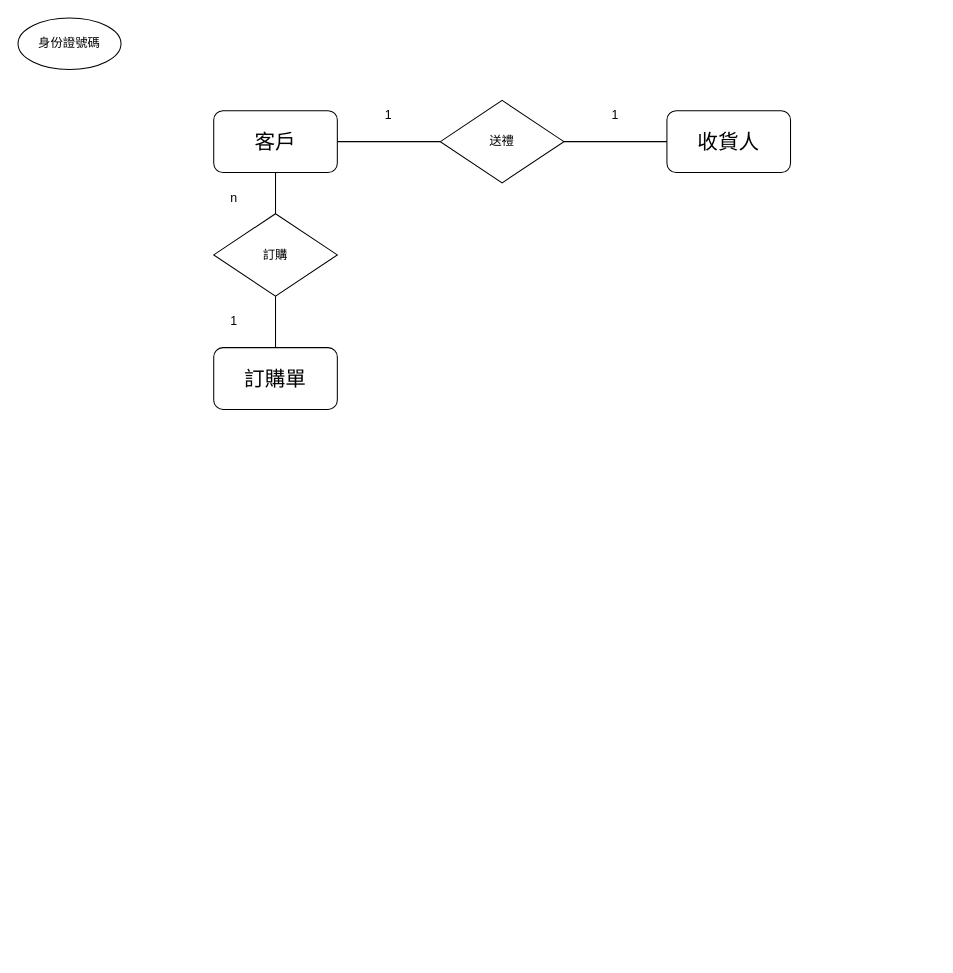
Earlier version of the draw.io diagram 原豆.drawio (Yohanewww/-). Source tidied: cells renumbered, new cells numbered last; positions are measured from the earlier drawing's top-left corner, leaving out a move shared by most shapes. Both pictures are drawn from the tidied source at 103%, with x=0, y=0 at pixel (18, 18).
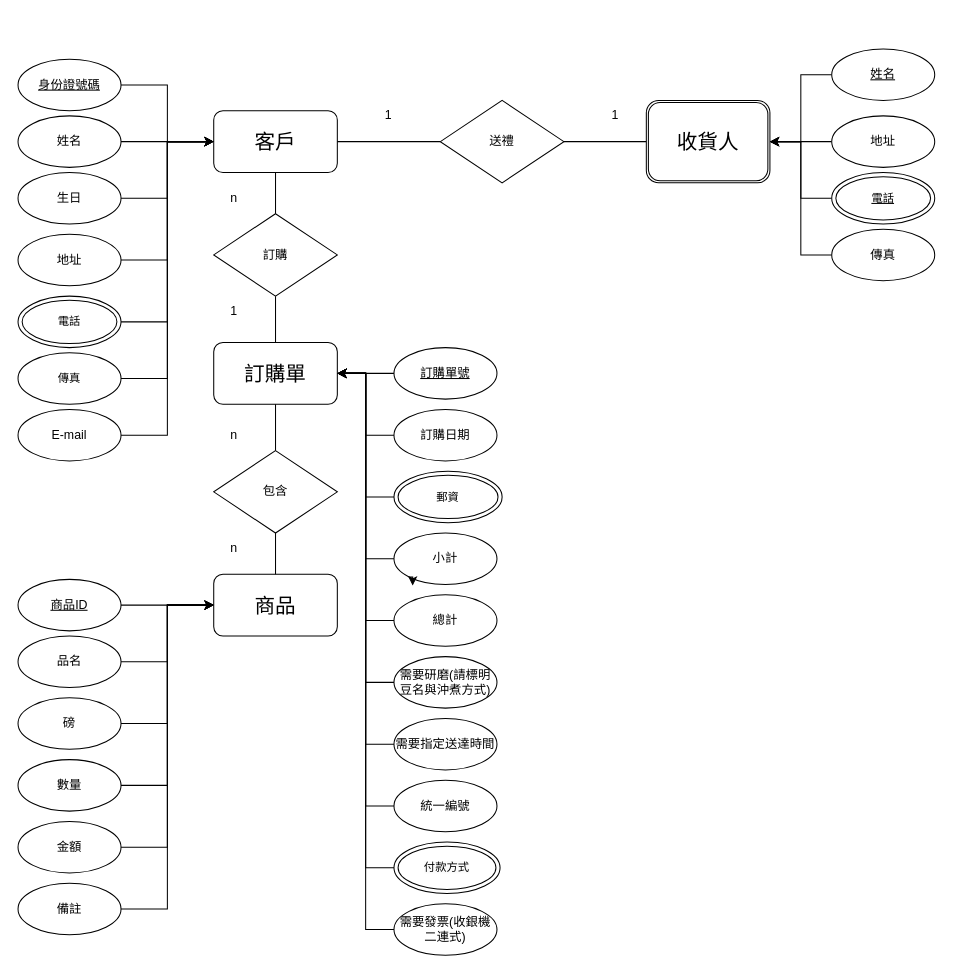
The same diagram, later.

Unchanged cells that the change refers to:
```xml
<mxCell id="2" value="&lt;font style=&quot;font-size: 20px;&quot;&gt;客戶&lt;/font&gt;" style="rounded=1;whiteSpace=wrap;html=1;" parent="1" vertex="1">
  <mxGeometry x="190" y="90" width="120" height="60" as="geometry" />
</mxCell>
<mxCell id="5" value="送禮" style="rhombus;whiteSpace=wrap;html=1;" parent="1" vertex="1">
  <mxGeometry x="410" y="80" width="120" height="80" as="geometry" />
</mxCell>
```

The edit, as a diff of the source:
```diff
@@
-    <mxCell id="3" value="&lt;font style=&quot;font-size: 20px;&quot;&gt;收貨人&lt;/font&gt;" style="rounded=1;whiteSpace=wrap;html=1;" parent="1" vertex="1">
-      <mxGeometry x="630" y="90" width="120" height="60" as="geometry" />
-    </mxCell>
+    <mxCell id="16" style="edgeStyle=orthogonalEdgeStyle;rounded=0;jettySize=auto;html=1;entryX=0;entryY=0.5;entryDx=0;entryDy=0;" parent="1" edge="1" source="4" target="2">
+      <mxGeometry relative="1" as="geometry" />
+    </mxCell>
-    <mxCell id="4" value="身份證號碼" style="ellipse;whiteSpace=wrap;html=1;" parent="1" vertex="1">
-      <mxGeometry width="100" height="50" as="geometry" />
+    <mxCell id="4" value="&lt;u&gt;身份證號碼&lt;/u&gt;" style="ellipse;whiteSpace=wrap;html=1;" parent="1" vertex="1">
+      <mxGeometry y="40" width="100" height="50" as="geometry" />
     </mxCell>
@@
-    <mxCell id="7" style="endArrow=none;html=1;rounded=0;exitX=1;exitY=0.5;exitDx=0;exitDy=0;entryX=0;entryY=0.5;entryDx=0;entryDy=0;" parent="1" edge="1" source="5" target="3">
-      <mxGeometry relative="1" as="geometry" />
+    <mxCell id="7" style="endArrow=none;html=1;rounded=0;exitX=1;exitY=0.5;exitDx=0;exitDy=0;entryX=0;entryY=0.5;entryDx=0;entryDy=0;" parent="1" edge="1" source="5">
+      <mxGeometry relative="1" as="geometry">
+        <mxPoint x="610" y="120" as="targetPoint" />
+      </mxGeometry>
     </mxCell>
@@
     <mxCell id="10" value="&lt;font style=&quot;font-size: 20px;&quot;&gt;訂購單&lt;/font&gt;" style="rounded=1;whiteSpace=wrap;html=1;" parent="1" vertex="1">
-      <mxGeometry x="190" y="320" width="120" height="60" as="geometry" />
+      <mxGeometry x="190" y="315" width="120" height="60" as="geometry" />
     </mxCell>
@@
+    <mxCell id="17" style="edgeStyle=orthogonalEdgeStyle;rounded=0;jettySize=auto;html=1;entryX=0;entryY=0.5;entryDx=0;entryDy=0;" parent="1" edge="1" source="18" target="2">
+      <mxGeometry relative="1" as="geometry" />
+    </mxCell>
+    <mxCell id="18" value="姓名" style="ellipse;whiteSpace=wrap;html=1;" parent="1" vertex="1">
+      <mxGeometry y="95" width="100" height="50" as="geometry" />
+    </mxCell>
+    <mxCell id="19" style="edgeStyle=orthogonalEdgeStyle;rounded=0;jettySize=auto;html=1;entryX=0;entryY=0.5;entryDx=0;entryDy=0;" parent="1" edge="1" source="20" target="2">
+      <mxGeometry relative="1" as="geometry" />
+    </mxCell>
+    <mxCell id="20" value="生日" style="ellipse;whiteSpace=wrap;html=1;" parent="1" vertex="1">
+      <mxGeometry y="150" width="100" height="50" as="geometry" />
+    </mxCell>
+    <mxCell id="21" style="edgeStyle=orthogonalEdgeStyle;rounded=0;jettySize=auto;html=1;entryX=0;entryY=0.5;entryDx=0;entryDy=0;" parent="1" edge="1" source="22" target="2">
+      <mxGeometry relative="1" as="geometry" />
+    </mxCell>
+    <mxCell id="22" value="地址" style="ellipse;whiteSpace=wrap;html=1;" parent="1" vertex="1">
+      <mxGeometry y="210" width="100" height="50" as="geometry" />
+    </mxCell>
+    <mxCell id="23" style="edgeStyle=orthogonalEdgeStyle;rounded=0;jettySize=auto;html=1;entryX=0;entryY=0.5;entryDx=0;entryDy=0;exitX=1;exitY=0.5;exitDx=0;exitDy=0;" parent="1" edge="1" source="24" target="2">
+      <mxGeometry relative="1" as="geometry">
+        <Array as="points">
+          <mxPoint x="145" y="350" />
+          <mxPoint x="145" y="120" />
+        </Array>
+      </mxGeometry>
+    </mxCell>
+    <mxCell id="24" value="&lt;span style=&quot;font-size: 11px;&quot;&gt;傳真&lt;/span&gt;" style="ellipse;whiteSpace=wrap;html=1;" parent="1" vertex="1">
+      <mxGeometry y="325" width="100" height="50" as="geometry" />
+    </mxCell>
+    <mxCell id="25" style="edgeStyle=orthogonalEdgeStyle;rounded=0;jettySize=auto;html=1;entryX=0;entryY=0.5;entryDx=0;entryDy=0;" parent="1" edge="1" source="26" target="2">
+      <mxGeometry relative="1" as="geometry" />
+    </mxCell>
+    <mxCell id="26" value="E-mail" style="ellipse;whiteSpace=wrap;html=1;" parent="1" vertex="1">
+      <mxGeometry y="380" width="100" height="50" as="geometry" />
+    </mxCell>
+    <mxCell id="27" style="edgeStyle=orthogonalEdgeStyle;rounded=0;jettySize=auto;html=1;entryX=1;entryY=0.5;entryDx=0;entryDy=0;" parent="1" edge="1" source="28" target="3">
+      <mxGeometry relative="1" as="geometry" />
+    </mxCell>
+    <mxCell id="28" value="&lt;u&gt;姓名&lt;/u&gt;" style="ellipse;whiteSpace=wrap;html=1;" parent="1" vertex="1">
+      <mxGeometry x="790" y="30" width="100" height="50" as="geometry" />
+    </mxCell>
+    <mxCell id="29" style="edgeStyle=orthogonalEdgeStyle;rounded=0;jettySize=auto;html=1;entryX=1;entryY=0.5;entryDx=0;entryDy=0;" parent="1" edge="1" source="30">
+      <mxGeometry relative="1" as="geometry">
+        <mxPoint x="730" y="120" as="targetPoint" />
+      </mxGeometry>
+    </mxCell>
+    <mxCell id="30" value="地址" style="ellipse;whiteSpace=wrap;html=1;" parent="1" vertex="1">
+      <mxGeometry x="790" y="95" width="100" height="50" as="geometry" />
+    </mxCell>
+    <mxCell id="31" style="edgeStyle=orthogonalEdgeStyle;rounded=0;jettySize=auto;html=1;entryX=1;entryY=0.5;entryDx=0;entryDy=0;" parent="1" edge="1" source="32" target="3">
+      <mxGeometry relative="1" as="geometry" />
+    </mxCell>
+    <mxCell id="32" value="傳真" style="ellipse;whiteSpace=wrap;html=1;" parent="1" vertex="1">
+      <mxGeometry x="790" y="205" width="100" height="50" as="geometry" />
+    </mxCell>
+    <mxCell id="33" style="edgeStyle=orthogonalEdgeStyle;rounded=0;jettySize=auto;html=1;entryX=1;entryY=0.5;entryDx=0;entryDy=0;" parent="1" edge="1" source="34" target="10">
+      <mxGeometry relative="1" as="geometry" />
+    </mxCell>
+    <mxCell id="34" value="需要發票(收銀機二連式)" style="ellipse;whiteSpace=wrap;html=1;" parent="1" vertex="1">
+      <mxGeometry x="365" y="860" width="100" height="50" as="geometry" />
+    </mxCell>
+    <mxCell id="35" style="edgeStyle=orthogonalEdgeStyle;rounded=0;jettySize=auto;html=1;entryX=1;entryY=0.5;entryDx=0;entryDy=0;" parent="1" edge="1" source="36" target="10">
+      <mxGeometry relative="1" as="geometry" />
+    </mxCell>
+    <mxCell id="36" value="需要研磨(請標明豆名與沖煮方式)" style="ellipse;whiteSpace=wrap;html=1;" parent="1" vertex="1">
+      <mxGeometry x="365" y="620" width="100" height="50" as="geometry" />
+    </mxCell>
+    <mxCell id="37" style="edgeStyle=orthogonalEdgeStyle;rounded=0;jettySize=auto;html=1;entryX=1;entryY=0.5;entryDx=0;entryDy=0;" parent="1" edge="1" source="38" target="10">
+      <mxGeometry relative="1" as="geometry" />
+    </mxCell>
+    <mxCell id="38" value="需要指定送達時間" style="ellipse;whiteSpace=wrap;html=1;" parent="1" vertex="1">
+      <mxGeometry x="365" y="680" width="100" height="50" as="geometry" />
+    </mxCell>
+    <mxCell id="39" style="edgeStyle=orthogonalEdgeStyle;rounded=0;jettySize=auto;html=1;entryX=1;entryY=0.5;entryDx=0;entryDy=0;" parent="1" edge="1" source="40" target="10">
+      <mxGeometry relative="1" as="geometry" />
+    </mxCell>
+    <mxCell id="40" value="統一編號" style="ellipse;whiteSpace=wrap;html=1;" parent="1" vertex="1">
+      <mxGeometry x="365" y="740" width="100" height="50" as="geometry" />
+    </mxCell>
     <mxCell id="15" value="1" style="text;html=1;strokeColor=none;fillColor=none;align=center;verticalAlign=middle;whiteSpace=wrap;rounded=0;" parent="1" vertex="1">
-      <mxGeometry x="180" y="280" width="60" height="30" as="geometry" />
+      <mxGeometry x="180" y="270" width="60" height="30" as="geometry" />
     </mxCell>
+    <mxCell id="41" style="edgeStyle=orthogonalEdgeStyle;rounded=0;jettySize=auto;html=1;" parent="1" edge="1" source="42" target="53">
+      <mxGeometry relative="1" as="geometry" />
+    </mxCell>
+    <mxCell id="42" value="品名" style="ellipse;whiteSpace=wrap;html=1;" parent="1" vertex="1">
+      <mxGeometry y="600" width="100" height="50" as="geometry" />
+    </mxCell>
+    <mxCell id="43" style="edgeStyle=orthogonalEdgeStyle;rounded=0;jettySize=auto;html=1;entryX=0;entryY=0.5;entryDx=0;entryDy=0;" parent="1" edge="1" source="44" target="53">
+      <mxGeometry relative="1" as="geometry" />
+    </mxCell>
+    <mxCell id="44" value="磅" style="ellipse;whiteSpace=wrap;html=1;" parent="1" vertex="1">
+      <mxGeometry y="660" width="100" height="50" as="geometry" />
+    </mxCell>
+    <mxCell id="45" style="edgeStyle=orthogonalEdgeStyle;rounded=0;jettySize=auto;html=1;entryX=0;entryY=0.5;entryDx=0;entryDy=0;" parent="1" edge="1" source="46" target="53">
+      <mxGeometry relative="1" as="geometry" />
+    </mxCell>
+    <mxCell id="46" value="數量" style="ellipse;whiteSpace=wrap;html=1;" parent="1" vertex="1">
+      <mxGeometry y="720" width="100" height="50" as="geometry" />
+    </mxCell>
+    <mxCell id="47" style="edgeStyle=orthogonalEdgeStyle;rounded=0;jettySize=auto;html=1;entryX=0;entryY=0.5;entryDx=0;entryDy=0;" parent="1" edge="1" source="48" target="53">
+      <mxGeometry relative="1" as="geometry" />
+    </mxCell>
+    <mxCell id="48" value="金額" style="ellipse;whiteSpace=wrap;html=1;" parent="1" vertex="1">
+      <mxGeometry y="780" width="100" height="50" as="geometry" />
+    </mxCell>
+    <mxCell id="49" style="edgeStyle=orthogonalEdgeStyle;rounded=0;jettySize=auto;html=1;entryX=0;entryY=0.5;entryDx=0;entryDy=0;" parent="1" edge="1" source="50" target="53">
+      <mxGeometry relative="1" as="geometry" />
+    </mxCell>
+    <mxCell id="50" value="備註" style="ellipse;whiteSpace=wrap;html=1;" parent="1" vertex="1">
+      <mxGeometry y="840" width="100" height="50" as="geometry" />
+    </mxCell>
+    <mxCell id="51" style="edgeStyle=orthogonalEdgeStyle;rounded=0;jettySize=auto;html=1;entryX=1;entryY=0.5;entryDx=0;entryDy=0;" parent="1" edge="1" source="52" target="10">
+      <mxGeometry relative="1" as="geometry" />
+    </mxCell>
+    <mxCell id="52" value="小計" style="ellipse;whiteSpace=wrap;html=1;" parent="1" vertex="1">
+      <mxGeometry x="365" y="500" width="100" height="50" as="geometry" />
+    </mxCell>
+    <mxCell id="53" value="&lt;font style=&quot;font-size: 20px;&quot;&gt;商品&lt;/font&gt;" style="rounded=1;whiteSpace=wrap;html=1;" parent="1" vertex="1">
+      <mxGeometry x="190" y="540" width="120" height="60" as="geometry" />
+    </mxCell>
+    <mxCell id="54" value="包含" style="rhombus;whiteSpace=wrap;html=1;" parent="1" vertex="1">
+      <mxGeometry x="190" y="420" width="120" height="80" as="geometry" />
+    </mxCell>
+    <mxCell id="55" style="endArrow=none;html=1;rounded=0;exitX=0.5;exitY=0;exitDx=0;exitDy=0;entryX=0.5;entryY=1;entryDx=0;entryDy=0;" parent="1" edge="1" source="54" target="10">
+      <mxGeometry relative="1" as="geometry" />
+    </mxCell>
+    <mxCell id="56" style="endArrow=none;html=1;rounded=0;exitX=0.5;exitY=1;exitDx=0;exitDy=0;entryX=0.5;entryY=0;entryDx=0;entryDy=0;" parent="1" edge="1" source="54" target="53">
+      <mxGeometry relative="1" as="geometry" />
+    </mxCell>
+    <mxCell id="57" style="edgeStyle=orthogonalEdgeStyle;rounded=0;jettySize=auto;html=1;entryX=1;entryY=0.5;entryDx=0;entryDy=0;exitX=0;exitY=0.5;exitDx=0;exitDy=0;" parent="1" edge="1" source="68" target="10">
+      <mxGeometry relative="1" as="geometry" />
+    </mxCell>
+    <mxCell id="58" style="edgeStyle=orthogonalEdgeStyle;rounded=0;jettySize=auto;html=1;entryX=1;entryY=0.5;entryDx=0;entryDy=0;" parent="1" edge="1" source="59" target="10">
+      <mxGeometry relative="1" as="geometry" />
+    </mxCell>
+    <mxCell id="59" value="總計" style="ellipse;whiteSpace=wrap;html=1;" parent="1" vertex="1">
+      <mxGeometry x="365" y="560" width="100" height="50" as="geometry" />
+    </mxCell>
+    <mxCell id="60" value="n" style="text;html=1;strokeColor=none;fillColor=none;align=center;verticalAlign=middle;whiteSpace=wrap;rounded=0;" parent="1" vertex="1">
+      <mxGeometry x="180" y="390" width="60" height="30" as="geometry" />
+    </mxCell>
+    <mxCell id="61" value="n" style="text;html=1;strokeColor=none;fillColor=none;align=center;verticalAlign=middle;whiteSpace=wrap;rounded=0;" parent="1" vertex="1">
+      <mxGeometry x="180" y="500" width="60" height="30" as="geometry" />
+    </mxCell>
+    <mxCell id="62" style="edgeStyle=orthogonalEdgeStyle;rounded=0;jettySize=auto;html=1;entryX=1;entryY=0.5;entryDx=0;entryDy=0;exitX=0;exitY=0.5;exitDx=0;exitDy=0;" parent="1" edge="1" source="67" target="10">
+      <mxGeometry relative="1" as="geometry" />
+    </mxCell>
+    <mxCell id="63" style="edgeStyle=orthogonalEdgeStyle;rounded=0;jettySize=auto;html=1;entryX=1;entryY=0.5;entryDx=0;entryDy=0;" parent="1" edge="1" source="64" target="10">
+      <mxGeometry relative="1" as="geometry" />
+    </mxCell>
+    <mxCell id="64" value="訂購日期" style="ellipse;whiteSpace=wrap;html=1;" parent="1" vertex="1">
+      <mxGeometry x="365" y="380" width="100" height="50" as="geometry" />
+    </mxCell>
+    <mxCell id="65" style="edgeStyle=orthogonalEdgeStyle;rounded=0;jettySize=auto;html=1;entryX=1;entryY=0.5;entryDx=0;entryDy=0;" parent="1" edge="1" source="66" target="10">
+      <mxGeometry relative="1" as="geometry" />
+    </mxCell>
+    <mxCell id="66" value="&lt;u&gt;訂購單號&lt;/u&gt;" style="ellipse;whiteSpace=wrap;html=1;" parent="1" vertex="1">
+      <mxGeometry x="365" y="320" width="100" height="50" as="geometry" />
+    </mxCell>
+    <mxCell id="67" value="&lt;font style=&quot;font-size: 11px;&quot;&gt;&lt;span style=&quot;color: rgb(0, 0, 0); font-family: Helvetica; font-style: normal; font-variant-ligatures: normal; font-variant-caps: normal; font-weight: 400; letter-spacing: normal; orphans: 2; text-align: center; text-indent: 0px; text-transform: none; widows: 2; word-spacing: 0px; -webkit-text-stroke-width: 0px; background-color: rgb(251, 251, 251); text-decoration-thickness: initial; text-decoration-style: initial; text-decoration-color: initial; float: none; display: inline !important; font-size: 11px;&quot;&gt;付款方式&lt;/span&gt;&lt;br&gt;&lt;/font&gt;" style="ellipse;shape=doubleEllipse;whiteSpace=wrap;html=1;" parent="1" vertex="1">
+      <mxGeometry x="365" y="800" width="103" height="50" as="geometry" />
+    </mxCell>
+    <mxCell id="68" value="&lt;font style=&quot;font-size: 11px;&quot;&gt;郵資&lt;br&gt;&lt;/font&gt;" style="ellipse;shape=doubleEllipse;whiteSpace=wrap;html=1;" parent="1" vertex="1">
+      <mxGeometry x="365" y="440" width="105" height="50" as="geometry" />
+    </mxCell>
+    <mxCell id="69" style="edgeStyle=orthogonalEdgeStyle;rounded=0;orthogonalLoop=1;jettySize=auto;html=1;exitX=0;exitY=1;exitDx=0;exitDy=0;entryX=0.182;entryY=1.02;entryDx=0;entryDy=0;entryPerimeter=0;" parent="1" edge="1" source="52" target="52">
+      <mxGeometry relative="1" as="geometry" />
+    </mxCell>
+    <mxCell id="70" style="edgeStyle=orthogonalEdgeStyle;rounded=0;jettySize=auto;html=1;entryX=0;entryY=0.5;entryDx=0;entryDy=0;exitX=1;exitY=0.5;exitDx=0;exitDy=0;" parent="1" edge="1" source="71" target="2">
+      <mxGeometry relative="1" as="geometry">
+        <Array as="points">
+          <mxPoint x="145" y="295" />
+          <mxPoint x="145" y="120" />
+        </Array>
+      </mxGeometry>
+    </mxCell>
+    <mxCell id="71" value="&lt;font style=&quot;font-size: 11px;&quot;&gt;電話&lt;br&gt;&lt;/font&gt;" style="ellipse;shape=doubleEllipse;whiteSpace=wrap;html=1;" parent="1" vertex="1">
+      <mxGeometry y="270" width="100" height="50" as="geometry" />
+    </mxCell>
+    <mxCell id="72" style="edgeStyle=orthogonalEdgeStyle;rounded=0;jettySize=auto;html=1;entryX=1;entryY=0.5;entryDx=0;entryDy=0;" parent="1" edge="1" source="73" target="3">
+      <mxGeometry relative="1" as="geometry" />
+    </mxCell>
+    <mxCell id="73" value="&lt;font style=&quot;font-size: 11px;&quot;&gt;&lt;u&gt;電話&lt;/u&gt;&lt;br&gt;&lt;/font&gt;" style="ellipse;shape=doubleEllipse;whiteSpace=wrap;html=1;" parent="1" vertex="1">
+      <mxGeometry x="790" y="150" width="100" height="50" as="geometry" />
+    </mxCell>
+    <mxCell id="74" style="edgeStyle=orthogonalEdgeStyle;rounded=0;jettySize=auto;html=1;entryX=0;entryY=0.5;entryDx=0;entryDy=0;" parent="1" edge="1" source="75" target="53">
+      <mxGeometry relative="1" as="geometry" />
+    </mxCell>
+    <mxCell id="75" value="&lt;u&gt;商品ID&lt;/u&gt;" style="ellipse;whiteSpace=wrap;html=1;" parent="1" vertex="1">
+      <mxGeometry y="545" width="100" height="50" as="geometry" />
+    </mxCell>
+    <mxCell id="3" value="&lt;font style=&quot;font-size: 20px;&quot;&gt;收貨人&lt;/font&gt;" style="shape=ext;double=1;rounded=1;whiteSpace=wrap;html=1;" parent="1" vertex="1">
+      <mxGeometry x="610" y="80" width="120" height="80" as="geometry" />
+    </mxCell>
```
